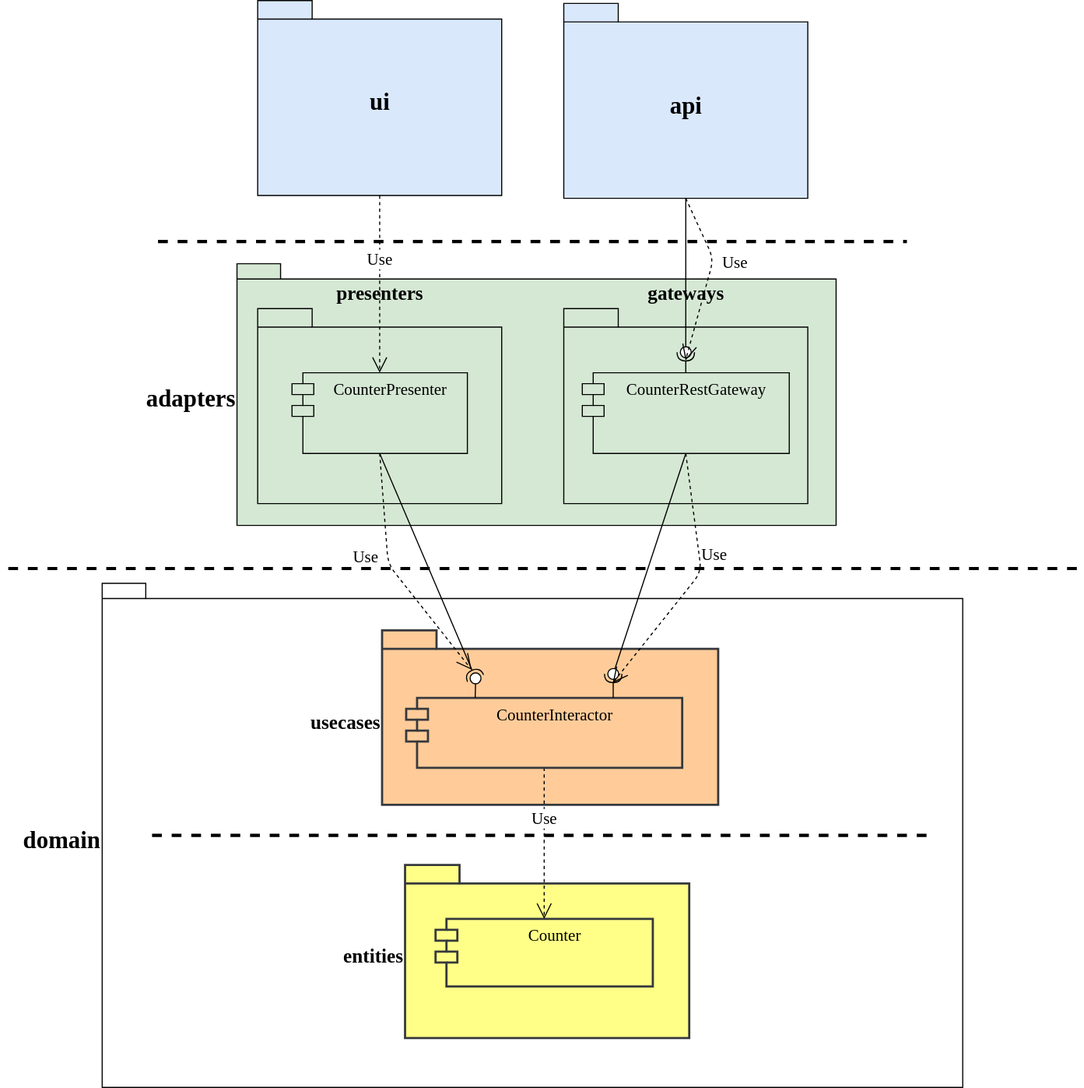
softspiders/clean-architecture-counter-starters keeps this draw.io diagram as app/diagrams/packages.uml.svg. Above is the earlier version. Source tidied: cells renumbered, new cells last; positions are measured from the earlier drawing's top-left corner, leaving out a move shared by most shapes.
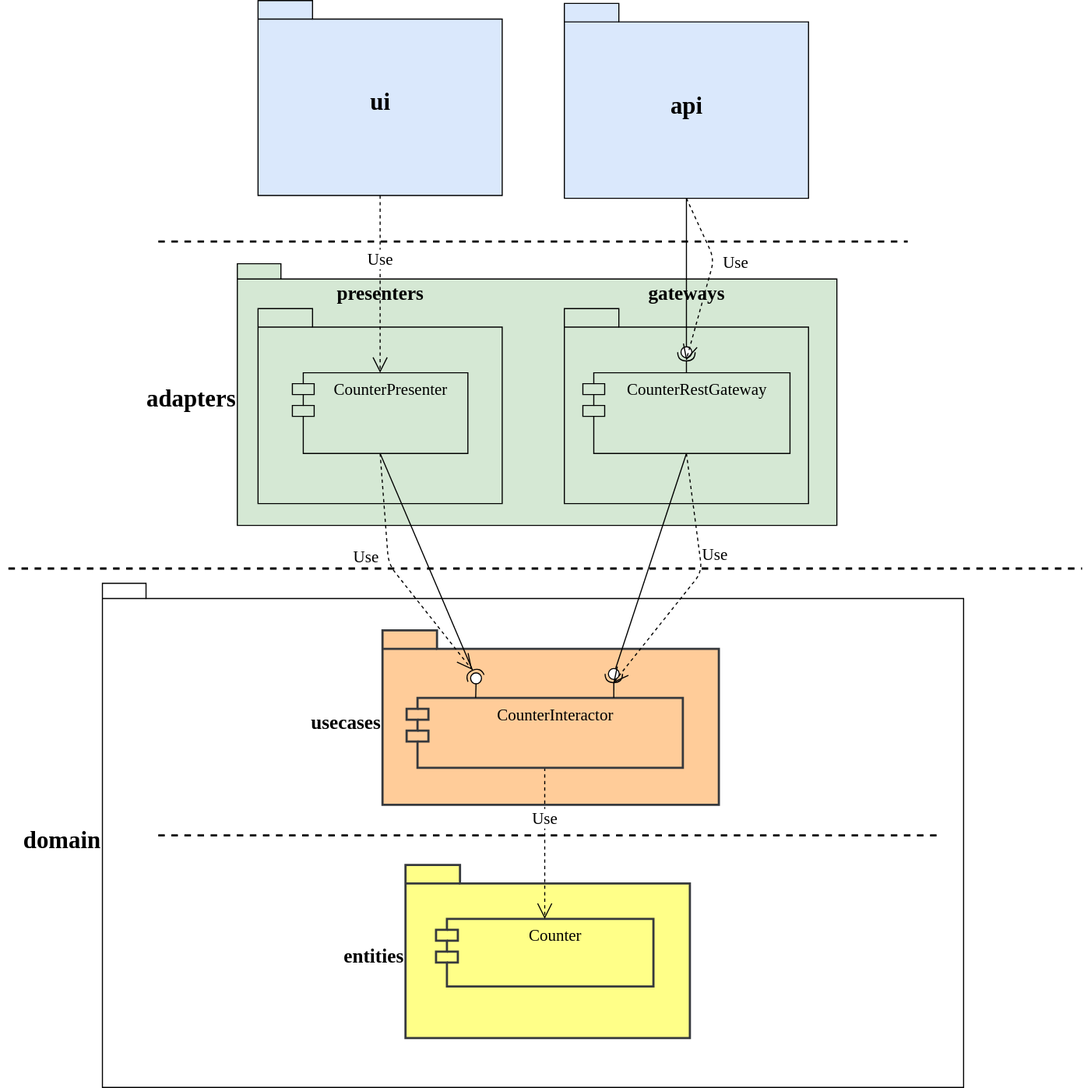
After the change.

What changed in the source:
```diff
@@ -32,8 +32,8 @@
     <mxCell id="11" style="ellipse;whiteSpace=wrap;html=1;fontFamily=Helvetica;fontSize=12;fontColor=#000000;align=center;strokeColor=#000000;fillColor=#ffffff;points=[];" parent="2" vertex="1">
       <mxGeometry x="464.2" y="78.2" width="10" height="10" as="geometry" />
     </mxCell>
-    <mxCell id="12" style="line;strokeWidth=3;fillColor=none;align=left;verticalAlign=middle;spacingTop=-1;spacingLeft=3;spacingRight=3;labelPosition=right;dashed=1;" parent="2" vertex="1">
-      <mxGeometry x="45.8" y="227.2" width="720" height="8" as="geometry" />
+    <mxCell id="12" style="line;strokeWidth=2;fillColor=none;align=left;verticalAlign=middle;spacingTop=-1;spacingLeft=3;spacingRight=3;labelPosition=right;dashed=1;" parent="2" vertex="1">
+      <mxGeometry x="51.2" y="227.2" width="720" height="8" as="geometry" />
     </mxCell>
     <mxCell id="13" style="rounded=0;jettySize=auto;html=1;endArrow=none;endFill=0;fontFamily=Verdana;fontSize=12;exitX=0.25;exitY=0;exitDx=0;exitDy=0;" parent="2" edge="1" source="9" target="14">
       <mxGeometry relative="1" as="geometry" />
@@ -93,10 +93,10 @@
         <mxPoint x="1" y="-5" as="offset" />
       </mxGeometry>
     </mxCell>
-    <mxCell id="29" style="line;strokeWidth=3;fillColor=none;align=left;verticalAlign=middle;spacingTop=-1;spacingLeft=3;spacingRight=3;labelPosition=right;dashed=1;" parent="1" vertex="1">
+    <mxCell id="29" style="line;strokeWidth=2;fillColor=none;align=left;verticalAlign=middle;spacingTop=-1;spacingLeft=3;spacingRight=3;labelPosition=right;dashed=1;" parent="1" vertex="1">
       <mxGeometry x="137.5" y="217" width="687.5" height="8" as="geometry" />
     </mxCell>
-    <mxCell id="30" style="line;strokeWidth=3;fillColor=none;align=left;verticalAlign=middle;spacingTop=-1;spacingLeft=3;spacingRight=3;labelPosition=right;dashed=1;" parent="1" vertex="1">
+    <mxCell id="30" style="line;strokeWidth=2;fillColor=none;align=left;verticalAlign=middle;spacingTop=-1;spacingLeft=3;spacingRight=3;labelPosition=right;dashed=1;" parent="1" vertex="1">
       <mxGeometry y="517" width="985" height="8" as="geometry" />
     </mxCell>
     <mxCell id="31" value="&lt;font style=&quot;font-size: 22px&quot;&gt;api&lt;/font&gt;" style="shape=folder;fontStyle=1;spacingTop=10;tabWidth=50;tabHeight=17;tabPosition=left;html=1;rounded=0;shadow=0;comic=0;labelBackgroundColor=none;strokeWidth=1;fontFamily=Verdana;fontSize=18;align=center;labelPosition=center;verticalLabelPosition=middle;verticalAlign=middle;fillColor=#dae8fc;strokeColor=#000000;" parent="1" vertex="1">
```
